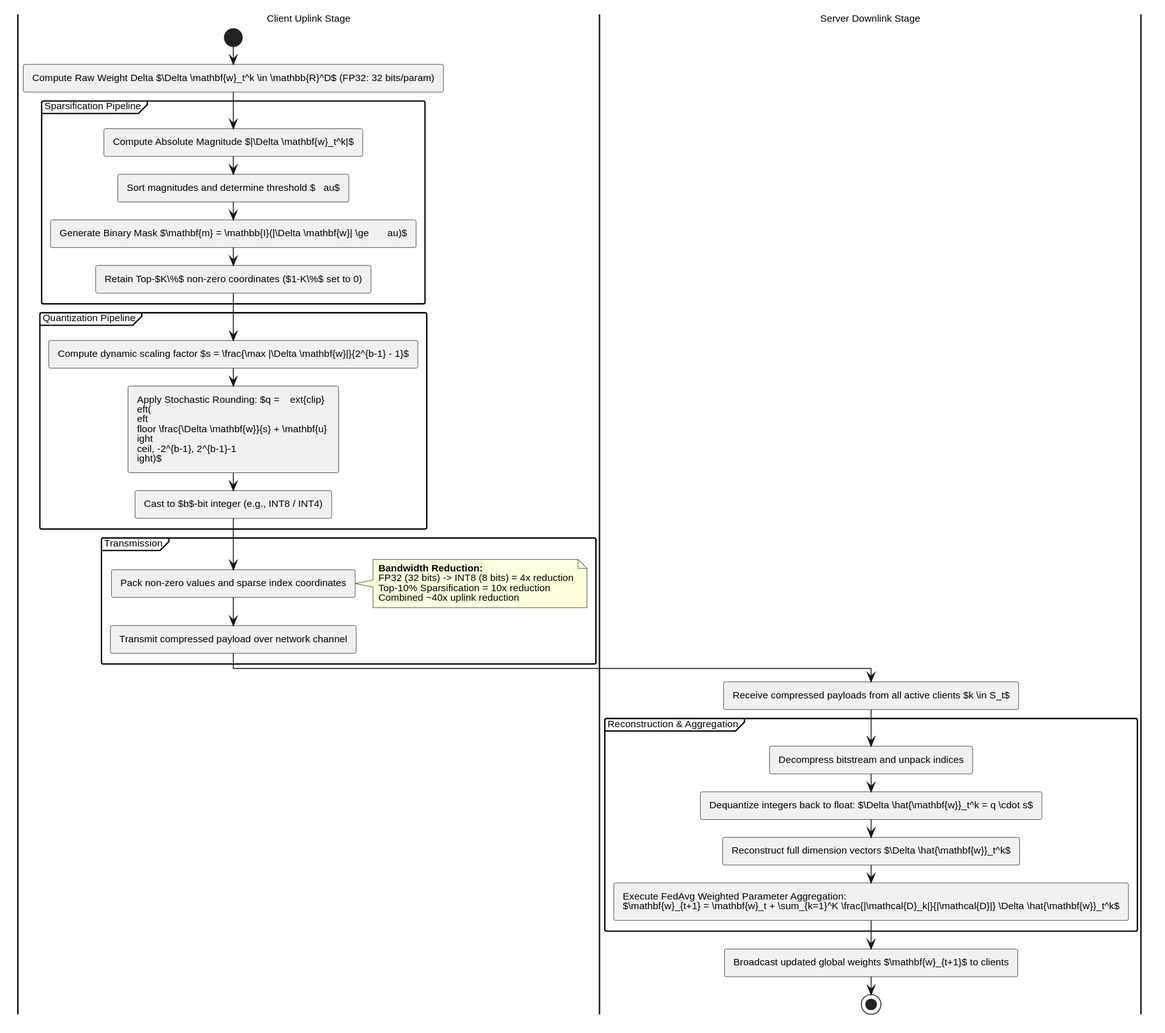
The PlantUML diagram diagrams/04-activity-diagrams/communication_efficiency.svg in bernardbdas/research, before a commit.
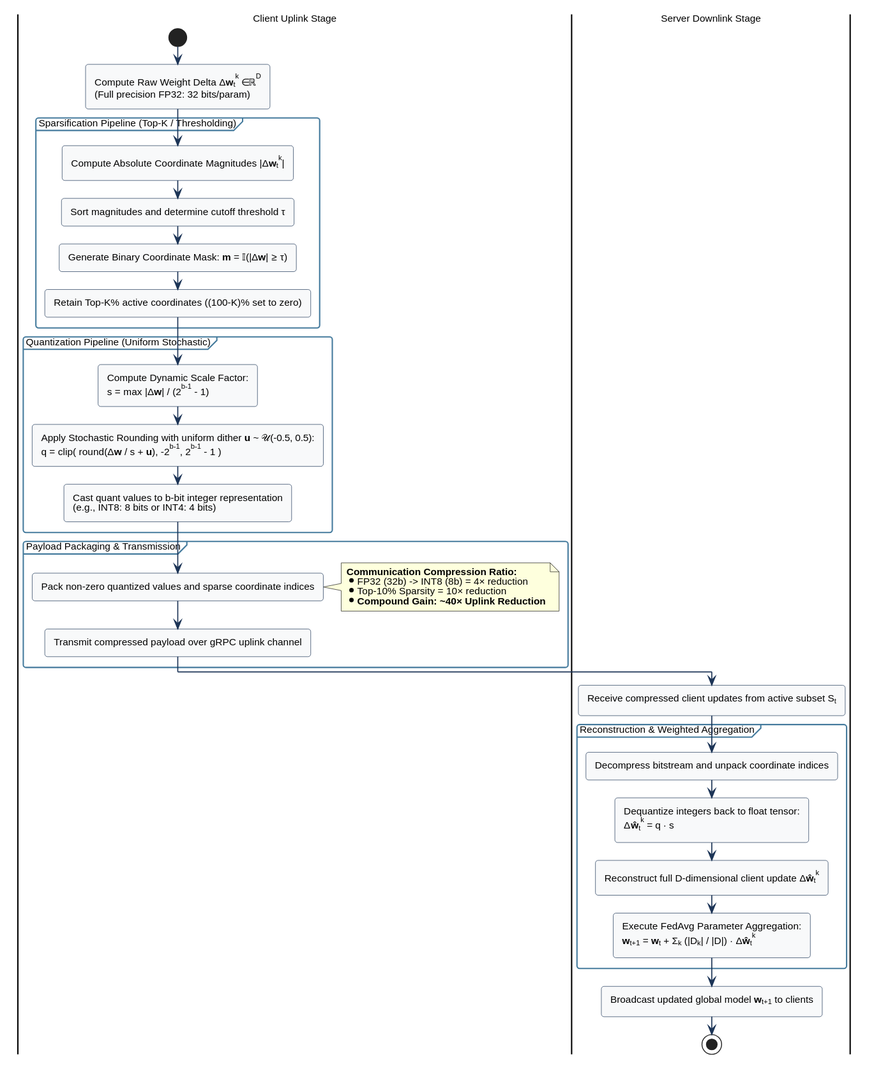
The same file after the commit.

The edit, as a diff of the source:
```diff
@@ -1,49 +1,56 @@
 @startuml
 skinparam monochrome false
 skinparam shadowing false
-skinparam roundcorner 4
+skinparam roundcorner 6
 skinparam defaultFontName "Helvetica"
 skinparam defaultFontSize 11
+skinparam ActivityBorderColor #1D3557
+skinparam ActivityBackgroundColor #F8F9FA
+skinparam ActivityDiamondBorderColor #1D3557
+skinparam ActivityDiamondBackgroundColor #E9ECEF
+skinparam PartitionBorderColor #457B9D
+skinparam PartitionBackgroundColor #FFFFFF
+skinparam ArrowColor #1D3557
+skinparam ArrowThickness 1.2
 
 |Client Uplink Stage|
 start
-:Compute Raw Weight Delta $\Delta \mathbf{w}_t^k \in \mathbb{R}^D$ (FP32: 32 bits/param);
+:Compute Raw Weight Delta Δ<b>w</b><sub>t</sub><sup>k</sup> ∈ ℝ<sup>D</sup>\n(Full precision FP32: 32 bits/param);
 
-partition "Sparsification Pipeline" {
-    :Compute Absolute Magnitude $|\Delta \mathbf{w}_t^k|$;
-    :Sort magnitudes and determine threshold $\tau$;
-    :Generate Binary Mask $\mathbf{m} = \mathbb{I}(|\Delta \mathbf{w}| \ge \tau)$;
-    :Retain Top-$K\%$ non-zero coordinates ($1-K\%$ set to 0);
+partition "Sparsification Pipeline (Top-K / Thresholding)" {
+    :Compute Absolute Coordinate Magnitudes |Δ<b>w</b><sub>t</sub><sup>k</sup>|;
+    :Sort magnitudes and determine cutoff threshold τ;
+    :Generate Binary Coordinate Mask: <b>m</b> = 𝕀(|Δ<b>w</b>| ≥ τ);
+    :Retain Top-K% active coordinates ((100-K)% set to zero);
 }
 
-partition "Quantization Pipeline" {
-    :Compute dynamic scaling factor $s = \frac{\max |\Delta \mathbf{w}|}{2^{b-1} - 1}$;
-    :Apply Stochastic Rounding: $q = \text{clip}\left(\left\lfloor \frac{\Delta \mathbf{w}}{s} + \mathbf{u} \right\rceil, -2^{b-1}, 2^{b-1}-1\right)$;
-    :Cast to $b$-bit integer (e.g., INT8 / INT4);
+partition "Quantization Pipeline (Uniform Stochastic)" {
+    :Compute Dynamic Scale Factor:\ns = max |Δ<b>w</b>| / (2<sup>b-1</sup> - 1);
+    :Apply Stochastic Rounding with uniform dither <b>u</b> ~ 𝒰(-0.5, 0.5):\nq = clip( round(Δ<b>w</b> / s + <b>u</b>), -2<sup>b-1</sup>, 2<sup>b-1</sup> - 1 );
+    :Cast quant values to b-bit integer representation\n(e.g., INT8: 8 bits or INT4: 4 bits);
 }
 
-partition "Transmission" {
-    :Pack non-zero values and sparse index coordinates;
+partition "Payload Packaging & Transmission" {
+    :Pack non-zero quantized values and sparse coordinate indices;
     note right
-      <b>Bandwidth Reduction:</b>
-      FP32 (32 bits) -> INT8 (8 bits) = 4x reduction
-      Top-10% Sparsification = 10x reduction
-      Combined ~40x uplink reduction
+      <b>Communication Compression Ratio:</b>
+      * FP32 (32b) -> INT8 (8b) = 4× reduction
+      * Top-10% Sparsity = 10× reduction
+      * <b>Compound Gain: ~40× Uplink Reduction</b>
     end note
-    :Transmit compressed payload over network channel;
+    :Transmit compressed payload over gRPC uplink channel;
 }
 
 |Server Downlink Stage|
-:Receive compressed payloads from all active clients $k \in S_t$;
+:Receive compressed client updates from active subset S<sub>t</sub>;
 
-partition "Reconstruction & Aggregation" {
-    :Decompress bitstream and unpack indices;
-    :Dequantize integers back to float: $\Delta \hat{\mathbf{w}}_t^k = q \cdot s$;
-    :Reconstruct full dimension vectors $\Delta \hat{\mathbf{w}}_t^k$;
-    :Execute FedAvg Weighted Parameter Aggregation:
-    $\mathbf{w}_{t+1} = \mathbf{w}_t + \sum_{k=1}^K \frac{|\mathcal{D}_k|}{|\mathcal{D}|} \Delta \hat{\mathbf{w}}_t^k$;
+partition "Reconstruction & Weighted Aggregation" {
+    :Decompress bitstream and unpack coordinate indices;
+    :Dequantize integers back to float tensor:\nΔ<b>ŵ</b><sub>t</sub><sup>k</sup> = q · s;
+    :Reconstruct full D-dimensional client update Δ<b>ŵ</b><sub>t</sub><sup>k</sup>;
+    :Execute FedAvg Parameter Aggregation:\n<b>w</b><sub>t+1</sub> = <b>w</b><sub>t</sub> + Σ<sub>k</sub> (|D<sub>k</sub>| / |D|) · Δ<b>ŵ</b><sub>t</sub><sup>k</sup>;
 }
 
-:Broadcast updated global weights $\mathbf{w}_{t+1}$ to clients;
+:Broadcast updated global model <b>w</b><sub>t+1</sub> to clients;
 stop
 @enduml
```
